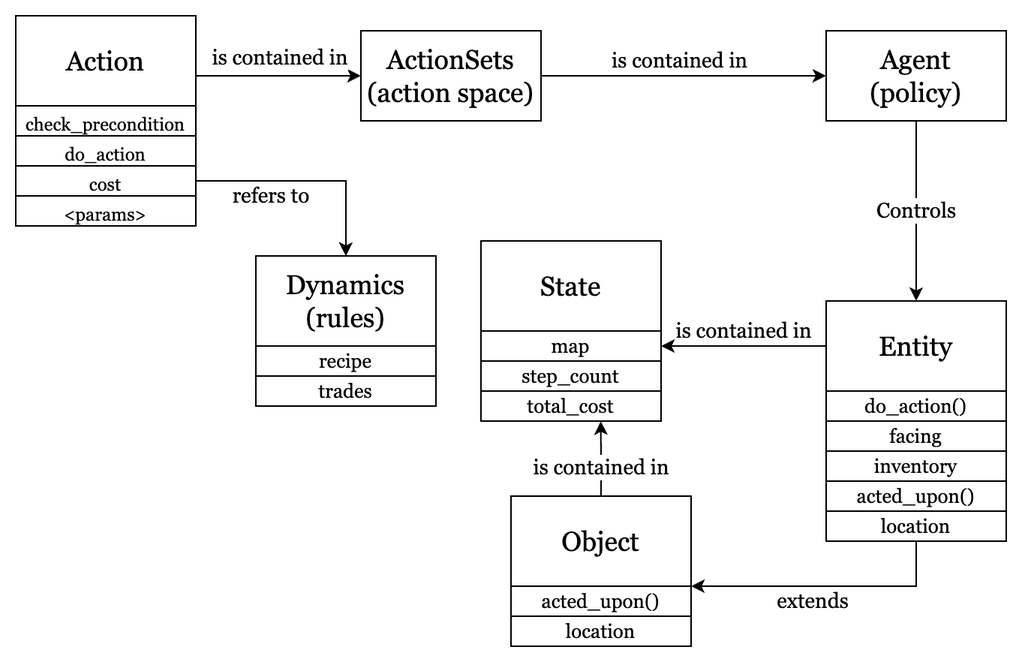
The draw.io diagram docs/NG2_structure.png in tufts-ai-robotics-group/NovelGridWorldsV2, before a commit. Source tidied: cells renumbered, new cells last; positions are measured from the earlier drawing's top-left corner, leaving out a move shared by most shapes. The source it was exported from:
```xml
<mxGraphModel>
  <root>
    <mxCell id="0" />
    <mxCell id="1" parent="0" />
    <mxCell id="2" style="edgeStyle=orthogonalEdgeStyle;rounded=0;jettySize=auto;html=1;entryX=0;entryY=0.5;entryDx=0;entryDy=0;fontFamily=Georgia;" parent="1" edge="1" source="34" target="6">
      <mxGeometry relative="1" as="geometry">
        <Array as="points">
          <mxPoint x="160" y="40" />
          <mxPoint x="160" y="40" />
        </Array>
      </mxGeometry>
    </mxCell>
    <mxCell id="3" value="&lt;font style=&quot;font-size: 14px;&quot;&gt;is contained in&lt;/font&gt;" style="edgeLabel;html=1;align=center;verticalAlign=middle;fontSize=24;fontFamily=Georgia;" parent="2" vertex="1">
      <mxGeometry x="-0.02" y="1" relative="1" as="geometry">
        <mxPoint x="2" y="-14" as="offset" />
      </mxGeometry>
    </mxCell>
    <mxCell id="4" style="edgeStyle=orthogonalEdgeStyle;rounded=0;jettySize=auto;html=1;entryX=0;entryY=0.5;entryDx=0;entryDy=0;fontFamily=Georgia;fontSize=24;" parent="1" edge="1" source="6" target="9">
      <mxGeometry relative="1" as="geometry" />
    </mxCell>
    <mxCell id="5" value="is contained in&amp;nbsp;" style="edgeLabel;html=1;align=center;verticalAlign=middle;fontSize=14;fontFamily=Georgia;" parent="4" vertex="1">
      <mxGeometry x="0.08" y="-1" relative="1" as="geometry">
        <mxPoint x="-9" y="-11" as="offset" />
      </mxGeometry>
    </mxCell>
    <mxCell id="6" value="ActionSets&lt;br&gt;(action space)" style="rounded=0;whiteSpace=wrap;html=1;fontSize=18;fontFamily=Georgia;" parent="1" vertex="1">
      <mxGeometry x="230" y="10" width="120" height="60" as="geometry" />
    </mxCell>
    <mxCell id="7" style="edgeStyle=orthogonalEdgeStyle;rounded=0;jettySize=auto;html=1;entryX=0.5;entryY=0;entryDx=0;entryDy=0;fontFamily=Georgia;fontSize=24;" parent="1" edge="1" source="9" target="41">
      <mxGeometry relative="1" as="geometry" />
    </mxCell>
    <mxCell id="8" value="Controls" style="edgeLabel;html=1;align=center;verticalAlign=middle;fontSize=14;fontFamily=Georgia;" parent="7" vertex="1">
      <mxGeometry x="-0.12" y="1" relative="1" as="geometry">
        <mxPoint x="-1" y="7" as="offset" />
      </mxGeometry>
    </mxCell>
    <mxCell id="9" value="Agent&lt;br&gt;(policy)" style="rounded=0;whiteSpace=wrap;html=1;fontSize=18;fontFamily=Georgia;" parent="1" vertex="1">
      <mxGeometry x="540" y="10" width="120" height="60" as="geometry" />
    </mxCell>
    <mxCell id="10" style="group;" parent="1" vertex="1">
      <mxGeometry x="160" y="160" width="120" height="100" as="geometry" />
    </mxCell>
    <mxCell id="11" value="Dynamics&lt;br&gt;(rules)" style="rounded=0;whiteSpace=wrap;html=1;fontSize=18;fontFamily=Georgia;" parent="10" vertex="1">
      <mxGeometry width="120" height="60" as="geometry" />
    </mxCell>
    <mxCell id="12" value="recipe" style="rounded=0;whiteSpace=wrap;html=1;fontSize=13;fontFamily=Georgia;" parent="10" vertex="1">
      <mxGeometry y="60" width="120" height="20" as="geometry" />
    </mxCell>
    <mxCell id="13" value="trades&lt;br&gt;" style="rounded=0;whiteSpace=wrap;html=1;fontSize=13;fontFamily=Georgia;" parent="10" vertex="1">
      <mxGeometry y="80" width="120" height="20" as="geometry" />
    </mxCell>
    <mxCell id="14" style="group;" parent="1" vertex="1">
      <mxGeometry x="330" y="320" width="120" height="100" as="geometry" />
    </mxCell>
    <mxCell id="15" value="Object" style="rounded=0;whiteSpace=wrap;html=1;fontSize=18;fontFamily=Georgia;" parent="14" vertex="1">
      <mxGeometry width="120" height="60" as="geometry" />
    </mxCell>
    <mxCell id="16" value="acted_upon()" style="rounded=0;whiteSpace=wrap;html=1;fontSize=13;fontFamily=Georgia;" parent="14" vertex="1">
      <mxGeometry y="60" width="120" height="20" as="geometry" />
    </mxCell>
    <mxCell id="17" value="location" style="rounded=0;whiteSpace=wrap;html=1;fontSize=13;fontFamily=Georgia;" parent="14" vertex="1">
      <mxGeometry y="80" width="120" height="20" as="geometry" />
    </mxCell>
    <mxCell id="18" style="group;" parent="1" vertex="1">
      <mxGeometry x="310" y="150" width="120" height="120" as="geometry" />
    </mxCell>
    <mxCell id="19" value="State" style="rounded=0;whiteSpace=wrap;html=1;fontSize=18;fontFamily=Georgia;" parent="18" vertex="1">
      <mxGeometry width="120" height="60" as="geometry" />
    </mxCell>
    <mxCell id="20" value="map" style="rounded=0;whiteSpace=wrap;html=1;fontSize=13;fontFamily=Georgia;" parent="18" vertex="1">
      <mxGeometry y="60" width="120" height="20" as="geometry" />
    </mxCell>
    <mxCell id="21" value="step_count" style="rounded=0;whiteSpace=wrap;html=1;fontSize=13;fontFamily=Georgia;" parent="18" vertex="1">
      <mxGeometry y="80" width="120" height="20" as="geometry" />
    </mxCell>
    <mxCell id="22" value="total_cost" style="rounded=0;whiteSpace=wrap;html=1;fontSize=13;fontFamily=Georgia;" parent="18" vertex="1">
      <mxGeometry y="100" width="120" height="20" as="geometry" />
    </mxCell>
    <mxCell id="23" style="edgeStyle=orthogonalEdgeStyle;rounded=0;jettySize=auto;html=1;fontFamily=Georgia;fontSize=14;" parent="1" edge="1" source="37" target="11">
      <mxGeometry relative="1" as="geometry" />
    </mxCell>
    <mxCell id="24" value="refers to" style="edgeLabel;html=1;align=center;verticalAlign=middle;fontSize=14;fontFamily=Georgia;" parent="23" vertex="1">
      <mxGeometry x="-0.24" y="-2" relative="1" as="geometry">
        <mxPoint x="-7" y="8" as="offset" />
      </mxGeometry>
    </mxCell>
    <mxCell id="25" style="edgeStyle=orthogonalEdgeStyle;rounded=0;jettySize=auto;html=1;entryX=1;entryY=0.5;entryDx=0;entryDy=0;fontFamily=Georgia;fontSize=14;" parent="1" edge="1" source="41" target="20">
      <mxGeometry relative="1" as="geometry" />
    </mxCell>
    <mxCell id="26" value="is contained in" style="edgeLabel;html=1;align=center;verticalAlign=middle;fontSize=14;fontFamily=Georgia;" parent="25" vertex="1">
      <mxGeometry x="0.17" relative="1" as="geometry">
        <mxPoint x="9" y="-10" as="offset" />
      </mxGeometry>
    </mxCell>
    <mxCell id="27" style="edgeStyle=orthogonalEdgeStyle;rounded=0;jettySize=auto;html=1;fontFamily=Georgia;fontSize=14;entryX=0.665;entryY=1.007;entryDx=0;entryDy=0;entryPerimeter=0;" parent="1" edge="1" source="15" target="22">
      <mxGeometry relative="1" as="geometry" />
    </mxCell>
    <mxCell id="28" value="is contained in" style="edgeLabel;html=1;align=center;verticalAlign=middle;fontSize=14;fontFamily=Georgia;" parent="27" vertex="1">
      <mxGeometry x="0.59" relative="1" as="geometry">
        <mxPoint y="20" as="offset" />
      </mxGeometry>
    </mxCell>
    <mxCell id="29" style="edgeStyle=orthogonalEdgeStyle;rounded=0;jettySize=auto;html=1;entryX=1;entryY=0;entryDx=0;entryDy=0;fontFamily=Georgia;fontSize=14;" parent="1" edge="1" source="46" target="16">
      <mxGeometry relative="1" as="geometry">
        <Array as="points">
          <mxPoint x="600" y="380" />
        </Array>
      </mxGeometry>
    </mxCell>
    <mxCell id="30" value="extends" style="edgeLabel;html=1;align=center;verticalAlign=middle;fontSize=14;fontFamily=Georgia;" parent="29" vertex="1">
      <mxGeometry x="-0.06" relative="1" as="geometry">
        <mxPoint x="-15" y="10" as="offset" />
      </mxGeometry>
    </mxCell>
    <mxCell id="31" style="group;" parent="1" vertex="1">
      <mxGeometry width="120" height="140" as="geometry" />
    </mxCell>
    <mxCell id="32" style="group;" parent="31" vertex="1">
      <mxGeometry width="120" height="120" as="geometry" />
    </mxCell>
    <mxCell id="33" style="group;" parent="32" vertex="1">
      <mxGeometry width="120" height="100" as="geometry" />
    </mxCell>
    <mxCell id="34" value="Action" style="rounded=0;whiteSpace=wrap;html=1;fontSize=18;fontFamily=Georgia;" parent="33" vertex="1">
      <mxGeometry width="120" height="60" as="geometry" />
    </mxCell>
    <mxCell id="35" value="&lt;font style=&quot;font-size: 12px&quot;&gt;check_precondition&lt;/font&gt;" style="rounded=0;whiteSpace=wrap;html=1;fontSize=18;fontFamily=Georgia;" parent="33" vertex="1">
      <mxGeometry y="60" width="120" height="20" as="geometry" />
    </mxCell>
    <mxCell id="36" value="&lt;font style=&quot;font-size: 12px&quot;&gt;do_action&lt;/font&gt;" style="rounded=0;whiteSpace=wrap;html=1;fontSize=18;fontFamily=Georgia;" parent="33" vertex="1">
      <mxGeometry y="80" width="120" height="20" as="geometry" />
    </mxCell>
    <mxCell id="37" value="&lt;font style=&quot;font-size: 12px&quot;&gt;cost&lt;/font&gt;" style="rounded=0;whiteSpace=wrap;html=1;fontSize=18;fontFamily=Georgia;" parent="32" vertex="1">
      <mxGeometry y="100" width="120" height="20" as="geometry" />
    </mxCell>
    <mxCell id="38" value="&lt;font style=&quot;font-size: 12px&quot;&gt;&amp;lt;params&amp;gt;&lt;/font&gt;" style="rounded=0;whiteSpace=wrap;html=1;fontSize=18;fontFamily=Georgia;" parent="31" vertex="1">
      <mxGeometry y="120" width="120" height="20" as="geometry" />
    </mxCell>
    <mxCell id="39" style="group;" parent="1" vertex="1">
      <mxGeometry x="540" y="190" width="120" height="160" as="geometry" />
    </mxCell>
    <mxCell id="40" style="group;" parent="39" vertex="1">
      <mxGeometry width="120" height="160" as="geometry" />
    </mxCell>
    <mxCell id="41" value="Entity" style="rounded=0;whiteSpace=wrap;html=1;fontSize=18;fontFamily=Georgia;" parent="40" vertex="1">
      <mxGeometry width="120" height="60" as="geometry" />
    </mxCell>
    <mxCell id="42" value="do_action()" style="rounded=0;whiteSpace=wrap;html=1;fontSize=13;fontFamily=Georgia;" parent="40" vertex="1">
      <mxGeometry y="60" width="120" height="20" as="geometry" />
    </mxCell>
    <mxCell id="43" value="facing" style="rounded=0;whiteSpace=wrap;html=1;fontSize=13;fontFamily=Georgia;" parent="40" vertex="1">
      <mxGeometry y="80" width="120" height="20" as="geometry" />
    </mxCell>
    <mxCell id="44" value="inventory" style="rounded=0;whiteSpace=wrap;html=1;fontSize=13;fontFamily=Georgia;" parent="40" vertex="1">
      <mxGeometry y="100" width="120" height="20" as="geometry" />
    </mxCell>
    <mxCell id="45" value="acted_upon()" style="rounded=0;whiteSpace=wrap;html=1;fontSize=13;fontFamily=Georgia;" parent="40" vertex="1">
      <mxGeometry y="120" width="120" height="20" as="geometry" />
    </mxCell>
    <mxCell id="46" value="location" style="rounded=0;whiteSpace=wrap;html=1;fontSize=13;fontFamily=Georgia;" parent="40" vertex="1">
      <mxGeometry y="140" width="120" height="20" as="geometry" />
    </mxCell>
  </root>
</mxGraphModel>
```
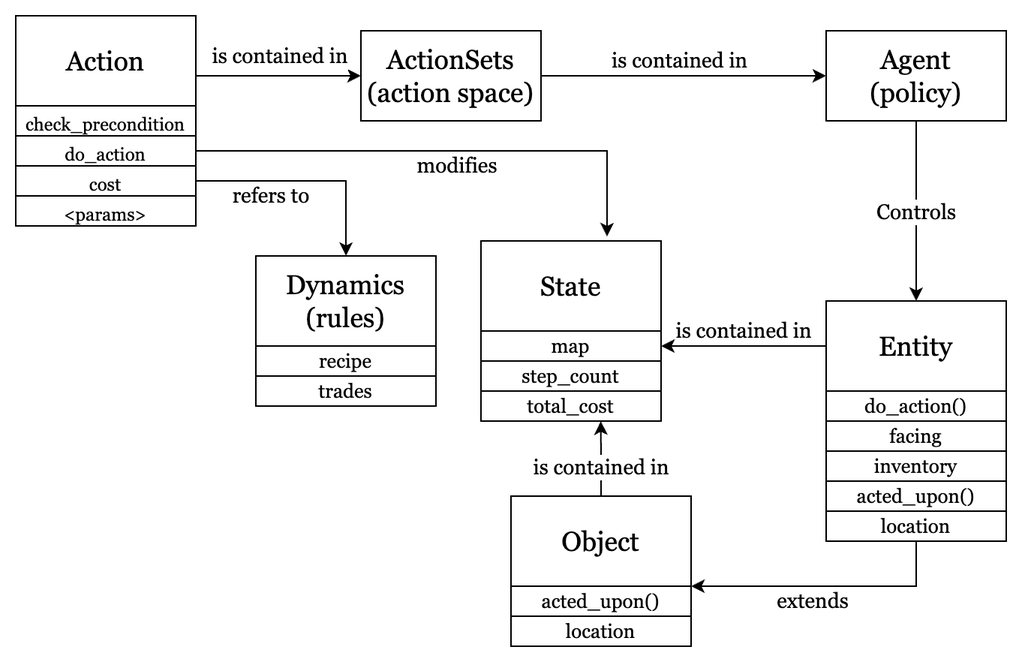
After the commit.

Change to the diagram source:
```diff
@@ -12,7 +12,7 @@
     </mxCell>
     <mxCell id="3" value="&lt;font style=&quot;font-size: 14px;&quot;&gt;is contained in&lt;/font&gt;" style="edgeLabel;html=1;align=center;verticalAlign=middle;fontSize=24;fontFamily=Georgia;" parent="2" vertex="1">
       <mxGeometry x="-0.02" y="1" relative="1" as="geometry">
-        <mxPoint x="2" y="-14" as="offset" />
+        <mxPoint x="2" y="-15" as="offset" />
       </mxGeometry>
     </mxCell>
     <mxCell id="4" style="edgeStyle=orthogonalEdgeStyle;rounded=0;jettySize=auto;html=1;entryX=0;entryY=0.5;entryDx=0;entryDy=0;fontFamily=Georgia;fontSize=24;" parent="1" edge="1" source="6" target="9">
@@ -160,5 +160,13 @@
     <mxCell id="46" value="location" style="rounded=0;whiteSpace=wrap;html=1;fontSize=13;fontFamily=Georgia;" parent="40" vertex="1">
       <mxGeometry y="140" width="120" height="20" as="geometry" />
     </mxCell>
+    <mxCell id="47" style="edgeStyle=orthogonalEdgeStyle;rounded=0;jettySize=auto;html=1;entryX=0.7;entryY=-0.05;entryDx=0;entryDy=0;entryPerimeter=0;" parent="1" edge="1" source="36" target="19">
+      <mxGeometry relative="1" as="geometry" />
+    </mxCell>
+    <mxCell id="48" value="&lt;font style=&quot;font-size: 14px;&quot; face=&quot;Georgia&quot;&gt;modifies&lt;/font&gt;" style="edgeLabel;html=1;align=center;verticalAlign=middle;" parent="47" vertex="1">
+      <mxGeometry x="0.05" y="-1" relative="1" as="geometry">
+        <mxPoint y="9" as="offset" />
+      </mxGeometry>
+    </mxCell>
   </root>
 </mxGraphModel>
```
